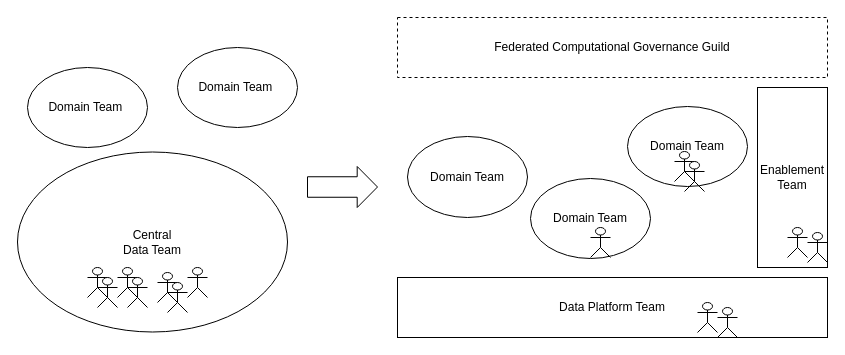
Above: diagrams/datateamjourney.drawio in datamesh-architecture/datamesh-architecture.com (draw.io), before the change. Source tidied: cells renumbered, new cells numbered last; positions are measured from the earlier drawing's top-left corner, leaving out a move shared by most shapes. Both pictures are drawn from the tidied source at 100%, with x=0, y=0 at pixel (17, 17).
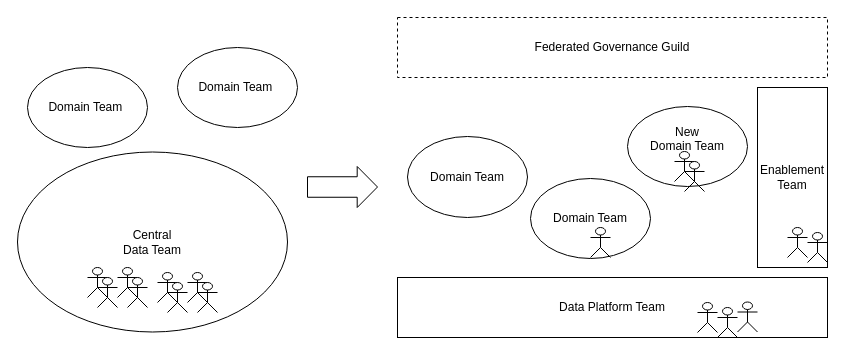
After the change.

What changed in the source:
```diff
@@
-    <mxCell id="3" value="Domain Team" style="ellipse;whiteSpace=wrap;html=1;" parent="1" vertex="1">
+    <mxCell id="3" value="New&lt;br&gt;Domain Team&lt;br&gt;&amp;nbsp;" style="ellipse;whiteSpace=wrap;html=1;" parent="1" vertex="1">
       <mxGeometry x="610" y="89" width="120" height="80" as="geometry" />
     </mxCell>
@@
-    <mxCell id="9" value="Federated Computational Governance Guild" style="rounded=0;whiteSpace=wrap;html=1;dashed=1;" parent="1" vertex="1">
+    <mxCell id="9" value="Federated Governance Guild" style="rounded=0;whiteSpace=wrap;html=1;dashed=1;" parent="1" vertex="1">
       <mxGeometry x="380" width="430" height="60" as="geometry" />
     </mxCell>
@@
-    <mxCell id="24" style="shape=umlActor;verticalLabelPosition=bottom;verticalAlign=top;html=1;" parent="1" vertex="1">
-      <mxGeometry x="170" y="250" width="20" height="30" as="geometry" />
-    </mxCell>
@@
+    <mxCell id="32" style="shape=umlActor;verticalLabelPosition=bottom;verticalAlign=top;html=1;" parent="1" vertex="1">
+      <mxGeometry x="170" y="255" width="20" height="30" as="geometry" />
+    </mxCell>
+    <mxCell id="33" style="shape=umlActor;verticalLabelPosition=bottom;verticalAlign=top;html=1;" parent="1" vertex="1">
+      <mxGeometry x="180" y="265" width="20" height="30" as="geometry" />
+    </mxCell>
+    <mxCell id="34" style="shape=umlActor;verticalLabelPosition=bottom;verticalAlign=top;html=1;" parent="1" vertex="1">
+      <mxGeometry x="720" y="284.5" width="20" height="30" as="geometry" />
+    </mxCell>
```
